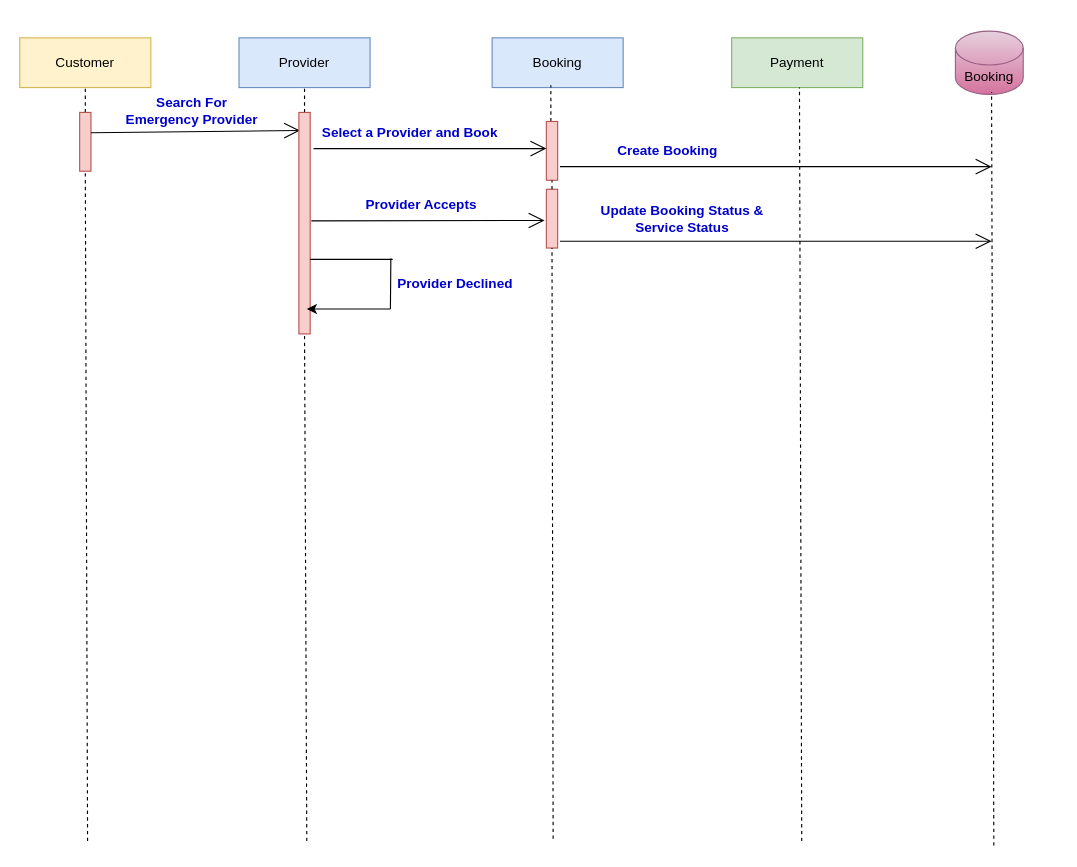
Before: page "Emergency Journey" (3 of 3) of HLS.-Design.drawio in CrossDimension-LLP/sosh-HLS-designs, a draw.io diagram. Source tidied: cells renumbered, new cells numbered last; positions are measured from the earlier drawing's top-left corner, leaving out a move shared by most shapes. Both pictures are drawn from the tidied source at 113%, with x=0, y=0 at pixel (19, 31).
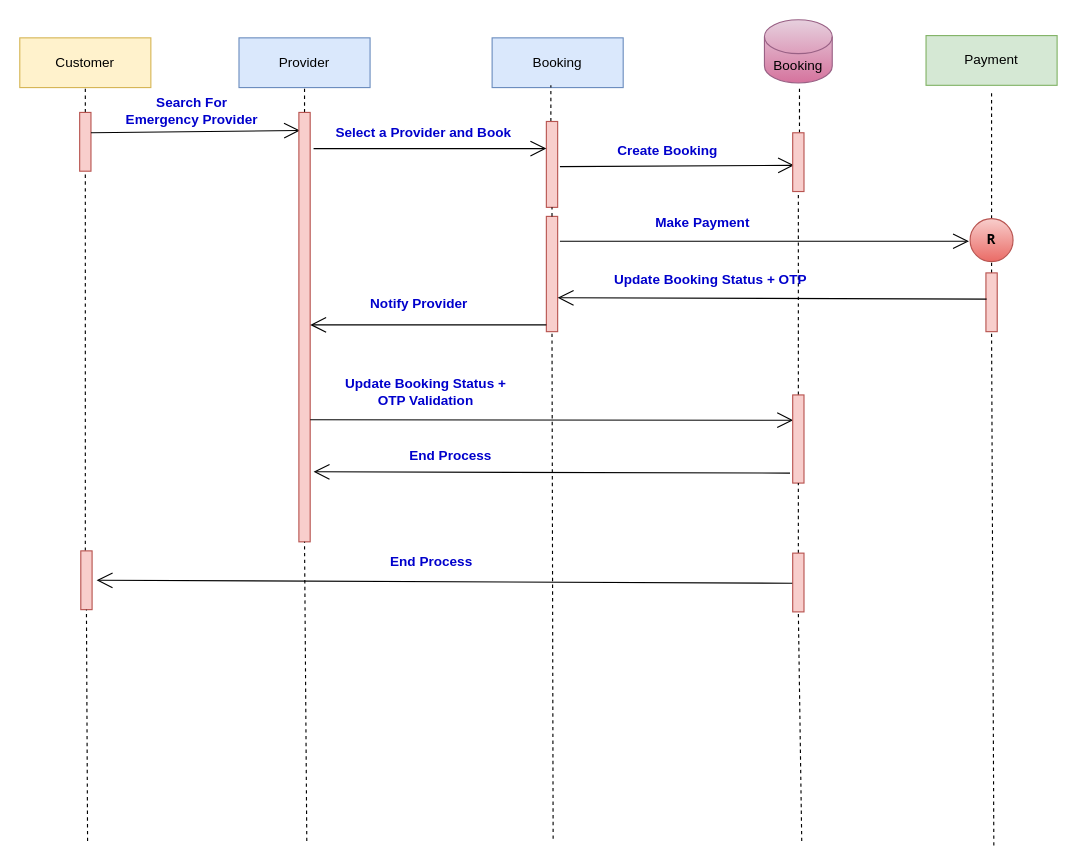
After the change.

Commit message:
Emergency Journey

Unchanged cells that the change refers to:
```xml
<mxCell id="8" style="html=1;points=[];perimeter=orthogonalPerimeter;fillColor=#f8cecc;strokeColor=#b85450;" parent="1" vertex="1">
  <mxGeometry x="53" y="72" width="10" height="52" as="geometry" />
</mxCell>
```

Change to the diagram source:
```diff
@@
     <mxCell id="4" value="Payment" style="rounded=0;whiteSpace=wrap;html=1;fillColor=#d5e8d4;strokeColor=#82b366;" parent="1" vertex="1">
-      <mxGeometry x="630" y="6" width="116" height="44" as="geometry" />
+      <mxGeometry x="802" y="4" width="116" height="44" as="geometry" />
     </mxCell>
@@
-    <mxCell id="7" style="endArrow=none;dashed=1;html=1;rounded=0;fontColor=#0000CC;entryX=0.5;entryY=1;entryDx=0;entryDy=0;" parent="1" edge="1">
+    <mxCell id="7" style="endArrow=none;dashed=1;html=1;rounded=0;fontColor=#0000CC;entryX=0.5;entryY=1;entryDx=0;entryDy=0;startArrow=none;" parent="1" edge="1" source="34">
       <mxGeometry relative="1" as="geometry">
-        <mxPoint x="692" y="716.8" as="sourcePoint" />
         <mxPoint x="690" y="50" as="targetPoint" />
       </mxGeometry>
     </mxCell>
@@
-    <mxCell id="9" style="endArrow=none;dashed=1;html=1;rounded=0;fontColor=#0000CC;entryX=0.5;entryY=1;entryDx=0;entryDy=0;" parent="1" edge="1" target="8">
-      <mxGeometry relative="1" as="geometry">
-        <mxPoint x="60" y="716.8" as="sourcePoint" />
-      </mxGeometry>
+    <mxCell id="9" style="endArrow=none;dashed=1;html=1;rounded=0;fontColor=#0000CC;entryX=0.5;entryY=1;entryDx=0;entryDy=0;startArrow=none;" parent="1" edge="1" source="54" target="8">
+      <mxGeometry relative="1" as="geometry" />
     </mxCell>
@@
-    <mxCell id="12" value="Booking" style="shape=cylinder3;whiteSpace=wrap;html=1;boundedLbl=1;backgroundOutline=1;size=15;fillColor=#e6d0de;strokeColor=#996185;gradientColor=#d5739d;" parent="1" vertex="1">
-      <mxGeometry x="828" width="60" height="56" as="geometry" />
-    </mxCell>
-    <mxCell id="13" style="endArrow=none;dashed=1;html=1;rounded=0;fontColor=#0000CC;entryX=0.5;entryY=1;entryDx=0;entryDy=0;" parent="1" edge="1">
+    <mxCell id="13" style="endArrow=none;dashed=1;html=1;rounded=0;fontColor=#0000CC;entryX=0.5;entryY=1;entryDx=0;entryDy=0;startArrow=none;" parent="1" edge="1" source="36">
       <mxGeometry relative="1" as="geometry">
-        <mxPoint x="862" y="720.8" as="sourcePoint" />
         <mxPoint x="860" y="54" as="targetPoint" />
       </mxGeometry>
     </mxCell>
@@
     <mxCell id="16" style="html=1;points=[];perimeter=orthogonalPerimeter;fillColor=#f8cecc;strokeColor=#b85450;" parent="1" vertex="1">
-      <mxGeometry x="247" y="72" width="10" height="196" as="geometry" />
+      <mxGeometry x="247" y="72" width="10" height="380" as="geometry" />
     </mxCell>
@@
-    <mxCell id="18" style="endArrow=open;endFill=1;endSize=12;html=1;rounded=0;fontColor=#0000CC;entryX=-0.16;entryY=0.531;entryDx=0;entryDy=0;entryPerimeter=0;" parent="1" edge="1" target="20">
-      <mxGeometry relative="1" as="geometry">
-        <mxPoint x="258" y="168" as="sourcePoint" />
-      </mxGeometry>
-    </mxCell>
-    <mxCell id="19" value="&lt;b&gt;Provider Accepts&lt;/b&gt;" style="text;html=1;align=center;verticalAlign=middle;strokeColor=none;fillColor=none;fontColor=#0000CC;" parent="1" vertex="1">
-      <mxGeometry x="300" y="144" width="110" height="20" as="geometry" />
-    </mxCell>
     <mxCell id="20" style="html=1;points=[];perimeter=orthogonalPerimeter;fillColor=#f8cecc;strokeColor=#b85450;" parent="1" vertex="1">
-      <mxGeometry x="466" y="140" width="10" height="52" as="geometry" />
+      <mxGeometry x="466" y="164" width="10" height="102" as="geometry" />
     </mxCell>
@@
-    <mxCell id="22" style="endArrow=open;endFill=1;endSize=12;html=1;rounded=0;fontColor=#0000CC;" parent="1" edge="1">
+    <mxCell id="22" style="endArrow=open;endFill=1;endSize=12;html=1;rounded=0;fontColor=#0000CC;entryX=0.12;entryY=0.554;entryDx=0;entryDy=0;entryPerimeter=0;" parent="1" edge="1" target="34">
       <mxGeometry relative="1" as="geometry">
         <mxPoint x="478" y="120" as="sourcePoint" />
-        <mxPoint x="860" y="120" as="targetPoint" />
       </mxGeometry>
     </mxCell>
     <mxCell id="23" value="&lt;b&gt;Select a Provider and Book&lt;/b&gt;" style="text;html=1;align=center;verticalAlign=middle;strokeColor=none;fillColor=none;fontColor=#0000CC;" parent="1" vertex="1">
-      <mxGeometry x="262" y="80" width="166" height="20" as="geometry" />
+      <mxGeometry x="274" y="80" width="166" height="20" as="geometry" />
     </mxCell>
     <mxCell id="24" style="html=1;points=[];perimeter=orthogonalPerimeter;fillColor=#f8cecc;strokeColor=#b85450;" parent="1" vertex="1">
-      <mxGeometry x="466" y="80" width="10" height="52" as="geometry" />
+      <mxGeometry x="466" y="80" width="10" height="76" as="geometry" />
     </mxCell>
@@
     <mxCell id="28" style="endArrow=open;endFill=1;endSize=12;html=1;rounded=0;fontColor=#0000CC;" parent="1" edge="1">
       <mxGeometry relative="1" as="geometry">
         <mxPoint x="478" y="186" as="sourcePoint" />
-        <mxPoint x="860" y="186" as="targetPoint" />
+        <mxPoint x="840" y="186" as="targetPoint" />
       </mxGeometry>
     </mxCell>
-    <mxCell id="29" value="&lt;b&gt;Update Booking Status &amp;amp; &lt;br&gt;Service Status&lt;/b&gt;" style="text;html=1;align=center;verticalAlign=middle;strokeColor=none;fillColor=none;fontColor=#0000CC;" parent="1" vertex="1">
-      <mxGeometry x="508" y="149" width="156" height="34" as="geometry" />
-    </mxCell>
-    <mxCell id="30" style="line;strokeWidth=1;fillColor=none;align=left;verticalAlign=middle;spacingTop=-1;spacingLeft=3;spacingRight=3;labelPosition=right;points=[];portConstraint=eastwest;fontColor=#0000CC;" parent="1" vertex="1">
-      <mxGeometry x="257" y="198" width="73" height="8" as="geometry" />
-    </mxCell>
-    <mxCell id="31" style="endArrow=none;html=1;rounded=0;fontColor=#0000CC;entryX=0.978;entryY=0.4;entryDx=0;entryDy=0;entryPerimeter=0;" parent="1" edge="1" target="30">
-      <mxGeometry relative="1" as="geometry">
-        <mxPoint x="328" y="246" as="sourcePoint" />
-      </mxGeometry>
-    </mxCell>
-    <mxCell id="32" style="endArrow=classic;html=1;rounded=0;fontColor=#0000CC;" parent="1" edge="1">
-      <mxGeometry relative="1" as="geometry">
-        <mxPoint x="328" y="246" as="sourcePoint" />
-        <mxPoint x="254" y="246" as="targetPoint" />
-      </mxGeometry>
-    </mxCell>
-    <mxCell id="33" value="&lt;b&gt;Provider Declined&lt;/b&gt;" style="text;html=1;align=center;verticalAlign=middle;strokeColor=none;fillColor=none;fontColor=#0000CC;" parent="1" vertex="1">
-      <mxGeometry x="328" y="214" width="114" height="20" as="geometry" />
-    </mxCell>
+    <mxCell id="12" value="Booking" style="shape=cylinder3;whiteSpace=wrap;html=1;boundedLbl=1;backgroundOutline=1;size=15;fillColor=#e6d0de;strokeColor=#996185;gradientColor=#d5739d;" parent="1" vertex="1">
+      <mxGeometry x="659" y="-10" width="60" height="56" as="geometry" />
+    </mxCell>
+    <mxCell id="34" style="html=1;points=[];perimeter=orthogonalPerimeter;fillColor=#f8cecc;strokeColor=#b85450;" parent="1" vertex="1">
+      <mxGeometry x="684" y="90" width="10" height="52" as="geometry" />
+    </mxCell>
+    <mxCell id="35" style="endArrow=none;dashed=1;html=1;rounded=0;fontColor=#0000CC;entryX=0.5;entryY=1;entryDx=0;entryDy=0;startArrow=none;" parent="1" edge="1" source="47" target="34">
+      <mxGeometry relative="1" as="geometry" />
+    </mxCell>
+    <mxCell id="36" value="&lt;b&gt;&lt;font face=&quot;Tahoma&quot;&gt;R&lt;/font&gt;&lt;/b&gt;" style="ellipse;whiteSpace=wrap;html=1;fillColor=#f8cecc;gradientColor=#ea6b66;strokeColor=#b85450;" parent="1" vertex="1">
+      <mxGeometry x="841" y="166" width="38" height="38" as="geometry" />
+    </mxCell>
+    <mxCell id="37" style="endArrow=none;dashed=1;html=1;rounded=0;fontColor=#0000CC;entryX=0.5;entryY=1;entryDx=0;entryDy=0;startArrow=none;" parent="1" edge="1" source="39" target="36">
+      <mxGeometry relative="1" as="geometry" />
+    </mxCell>
+    <mxCell id="38" value="&lt;b&gt;Make Payment&lt;/b&gt;" style="text;html=1;align=center;verticalAlign=middle;strokeColor=none;fillColor=none;fontColor=#0000CC;" parent="1" vertex="1">
+      <mxGeometry x="553" y="156" width="102" height="28" as="geometry" />
+    </mxCell>
+    <mxCell id="39" style="html=1;points=[];perimeter=orthogonalPerimeter;fillColor=#f8cecc;strokeColor=#b85450;" parent="1" vertex="1">
+      <mxGeometry x="855" y="214" width="10" height="52" as="geometry" />
+    </mxCell>
+    <mxCell id="40" style="endArrow=none;dashed=1;html=1;rounded=0;fontColor=#0000CC;entryX=0.5;entryY=1;entryDx=0;entryDy=0;" parent="1" edge="1" target="39">
+      <mxGeometry relative="1" as="geometry">
+        <mxPoint x="862" y="720.8" as="sourcePoint" />
+      </mxGeometry>
+    </mxCell>
+    <mxCell id="41" style="endArrow=open;endFill=1;endSize=12;html=1;rounded=0;fontColor=#0000CC;exitX=0.06;exitY=0.446;exitDx=0;exitDy=0;exitPerimeter=0;" parent="1" edge="1" source="39">
+      <mxGeometry relative="1" as="geometry">
+        <mxPoint x="476" y="236" as="targetPoint" />
+      </mxGeometry>
+    </mxCell>
+    <mxCell id="42" value="&lt;b&gt;Update Booking Status + OTP&lt;/b&gt;" style="text;html=1;align=center;verticalAlign=middle;strokeColor=none;fillColor=none;fontColor=#0000CC;" parent="1" vertex="1">
+      <mxGeometry x="516" y="206" width="190" height="28" as="geometry" />
+    </mxCell>
+    <mxCell id="43" style="endArrow=open;endFill=1;endSize=12;html=1;rounded=0;fontColor=#0000CC;" parent="1" edge="1">
+      <mxGeometry relative="1" as="geometry">
+        <mxPoint x="466" y="260" as="sourcePoint" />
+        <mxPoint x="257" y="260" as="targetPoint" />
+      </mxGeometry>
+    </mxCell>
+    <mxCell id="44" value="&lt;b&gt;Notify Provider&lt;/b&gt;" style="text;html=1;align=center;verticalAlign=middle;strokeColor=none;fillColor=none;fontColor=#0000CC;" parent="1" vertex="1">
+      <mxGeometry x="300" y="228" width="106" height="28" as="geometry" />
+    </mxCell>
+    <mxCell id="45" style="endArrow=open;endFill=1;endSize=12;html=1;rounded=0;fontColor=#0000CC;entryX=0.04;entryY=0.287;entryDx=0;entryDy=0;entryPerimeter=0;" parent="1" edge="1" target="47">
+      <mxGeometry relative="1" as="geometry">
+        <mxPoint x="257" y="344" as="sourcePoint" />
+      </mxGeometry>
+    </mxCell>
+    <mxCell id="46" value="&lt;b&gt;Update Booking Status + &lt;br&gt;OTP Validation&lt;/b&gt;" style="text;html=1;align=center;verticalAlign=middle;strokeColor=none;fillColor=none;fontColor=#0000CC;" parent="1" vertex="1">
+      <mxGeometry x="278" y="298" width="162" height="42" as="geometry" />
+    </mxCell>
+    <mxCell id="47" style="html=1;points=[];perimeter=orthogonalPerimeter;fillColor=#f8cecc;strokeColor=#b85450;" parent="1" vertex="1">
+      <mxGeometry x="684" y="322" width="10" height="78" as="geometry" />
+    </mxCell>
+    <mxCell id="48" style="endArrow=none;dashed=1;html=1;rounded=0;fontColor=#0000CC;entryX=0.5;entryY=1;entryDx=0;entryDy=0;startArrow=none;" parent="1" edge="1" source="51" target="47">
+      <mxGeometry relative="1" as="geometry" />
+    </mxCell>
+    <mxCell id="49" style="endArrow=open;endFill=1;endSize=12;html=1;rounded=0;fontColor=#0000CC;exitX=0.06;exitY=0.446;exitDx=0;exitDy=0;exitPerimeter=0;" parent="1" edge="1">
+      <mxGeometry relative="1" as="geometry">
+        <mxPoint x="681.6" y="391.2" as="sourcePoint" />
+        <mxPoint x="260" y="390" as="targetPoint" />
+      </mxGeometry>
+    </mxCell>
+    <mxCell id="50" value="&lt;b&gt;End Process&lt;/b&gt;" style="text;html=1;align=center;verticalAlign=middle;strokeColor=none;fillColor=none;fontColor=#0000CC;" parent="1" vertex="1">
+      <mxGeometry x="335" y="362" width="92" height="28" as="geometry" />
+    </mxCell>
+    <mxCell id="51" style="html=1;points=[];perimeter=orthogonalPerimeter;fillColor=#f8cecc;strokeColor=#b85450;" parent="1" vertex="1">
+      <mxGeometry x="684" y="462" width="10" height="52" as="geometry" />
+    </mxCell>
+    <mxCell id="52" style="endArrow=none;dashed=1;html=1;rounded=0;fontColor=#0000CC;entryX=0.5;entryY=1;entryDx=0;entryDy=0;" parent="1" edge="1" target="51">
+      <mxGeometry relative="1" as="geometry">
+        <mxPoint x="692" y="716.8" as="sourcePoint" />
+      </mxGeometry>
+    </mxCell>
+    <mxCell id="53" style="endArrow=open;endFill=1;endSize=12;html=1;rounded=0;fontColor=#0000CC;exitX=0.06;exitY=0.446;exitDx=0;exitDy=0;exitPerimeter=0;" parent="1" edge="1">
+      <mxGeometry relative="1" as="geometry">
+        <mxPoint x="683.6" y="488.6" as="sourcePoint" />
+        <mxPoint x="68" y="486" as="targetPoint" />
+      </mxGeometry>
+    </mxCell>
+    <mxCell id="54" style="html=1;points=[];perimeter=orthogonalPerimeter;fillColor=#f8cecc;strokeColor=#b85450;" parent="1" vertex="1">
+      <mxGeometry x="54" y="460" width="10" height="52" as="geometry" />
+    </mxCell>
+    <mxCell id="55" style="endArrow=none;dashed=1;html=1;rounded=0;fontColor=#0000CC;entryX=0.5;entryY=1;entryDx=0;entryDy=0;" parent="1" edge="1" target="54">
+      <mxGeometry relative="1" as="geometry">
+        <mxPoint x="60" y="716.8" as="sourcePoint" />
+      </mxGeometry>
+    </mxCell>
+    <mxCell id="56" value="&lt;b&gt;End Process&lt;/b&gt;" style="text;html=1;align=center;verticalAlign=middle;strokeColor=none;fillColor=none;fontColor=#0000CC;" parent="1" vertex="1">
+      <mxGeometry x="318" y="456" width="92" height="28" as="geometry" />
+    </mxCell>
```
